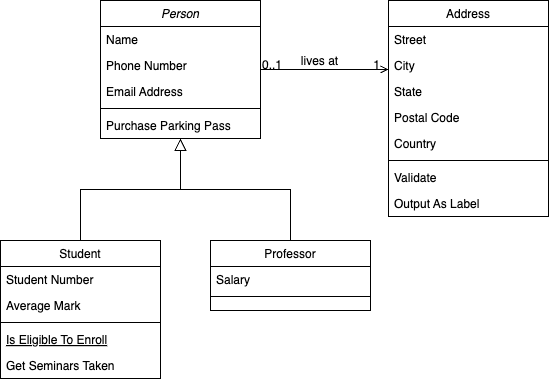
JayongLee/Capstone keeps this draw.io diagram as 의지박약 시스템 설계도.drawio.png. Above is the earlier version. Source tidied: cells renumbered, new cells last; positions are measured from the earlier drawing's top-left corner, leaving out a move shared by most shapes. The source it was exported from:
```xml
<mxGraphModel>
  <root>
    <mxCell id="0" />
    <mxCell id="1" parent="0" />
    <mxCell id="2" value="Person" style="swimlane;fontStyle=2;align=center;verticalAlign=top;horizontal=1;startSize=26;rounded=0;shadow=0;strokeWidth=1;" parent="1" vertex="1">
      <mxGeometry x="100" width="160" height="138" as="geometry" />
    </mxCell>
    <mxCell id="3" value="Name" style="text;align=left;verticalAlign=top;spacingLeft=4;spacingRight=4;overflow=hidden;" parent="2" vertex="1">
      <mxGeometry y="26" width="160" height="26" as="geometry" />
    </mxCell>
    <mxCell id="4" value="Phone Number" style="text;align=left;verticalAlign=top;spacingLeft=4;spacingRight=4;overflow=hidden;rounded=0;shadow=0;html=0;" parent="2" vertex="1">
      <mxGeometry y="52" width="160" height="26" as="geometry" />
    </mxCell>
    <mxCell id="5" value="Email Address" style="text;align=left;verticalAlign=top;spacingLeft=4;spacingRight=4;overflow=hidden;rounded=0;shadow=0;html=0;" parent="2" vertex="1">
      <mxGeometry y="78" width="160" height="26" as="geometry" />
    </mxCell>
    <mxCell id="6" style="line;html=1;strokeWidth=1;align=left;verticalAlign=middle;spacingTop=-1;spacingLeft=3;spacingRight=3;labelPosition=right;" parent="2" vertex="1">
      <mxGeometry y="104" width="160" height="8" as="geometry" />
    </mxCell>
    <mxCell id="7" value="Purchase Parking Pass" style="text;align=left;verticalAlign=top;spacingLeft=4;spacingRight=4;overflow=hidden;" parent="2" vertex="1">
      <mxGeometry y="112" width="160" height="26" as="geometry" />
    </mxCell>
    <mxCell id="8" value="Student" style="swimlane;fontStyle=0;align=center;verticalAlign=top;horizontal=1;startSize=26;rounded=0;shadow=0;strokeWidth=1;" parent="1" vertex="1">
      <mxGeometry y="240" width="160" height="138" as="geometry" />
    </mxCell>
    <mxCell id="9" value="Student Number" style="text;align=left;verticalAlign=top;spacingLeft=4;spacingRight=4;overflow=hidden;" parent="8" vertex="1">
      <mxGeometry y="26" width="160" height="26" as="geometry" />
    </mxCell>
    <mxCell id="10" value="Average Mark" style="text;align=left;verticalAlign=top;spacingLeft=4;spacingRight=4;overflow=hidden;rounded=0;shadow=0;html=0;" parent="8" vertex="1">
      <mxGeometry y="52" width="160" height="26" as="geometry" />
    </mxCell>
    <mxCell id="11" style="line;html=1;strokeWidth=1;align=left;verticalAlign=middle;spacingTop=-1;spacingLeft=3;spacingRight=3;labelPosition=right;" parent="8" vertex="1">
      <mxGeometry y="78" width="160" height="8" as="geometry" />
    </mxCell>
    <mxCell id="12" value="Is Eligible To Enroll" style="text;align=left;verticalAlign=top;spacingLeft=4;spacingRight=4;overflow=hidden;fontStyle=4;" parent="8" vertex="1">
      <mxGeometry y="86" width="160" height="26" as="geometry" />
    </mxCell>
    <mxCell id="13" value="Get Seminars Taken" style="text;align=left;verticalAlign=top;spacingLeft=4;spacingRight=4;overflow=hidden;" parent="8" vertex="1">
      <mxGeometry y="112" width="160" height="26" as="geometry" />
    </mxCell>
    <mxCell id="14" style="endArrow=block;endSize=10;endFill=0;shadow=0;strokeWidth=1;rounded=0;curved=0;edgeStyle=elbowEdgeStyle;elbow=vertical;" parent="1" edge="1" source="8" target="2">
      <mxGeometry relative="1" as="geometry" />
    </mxCell>
    <mxCell id="15" value="Professor" style="swimlane;fontStyle=0;align=center;verticalAlign=top;horizontal=1;startSize=26;rounded=0;shadow=0;strokeWidth=1;" parent="1" vertex="1">
      <mxGeometry x="210" y="240" width="160" height="70" as="geometry" />
    </mxCell>
    <mxCell id="16" value="Salary" style="text;align=left;verticalAlign=top;spacingLeft=4;spacingRight=4;overflow=hidden;" parent="15" vertex="1">
      <mxGeometry y="26" width="160" height="26" as="geometry" />
    </mxCell>
    <mxCell id="17" style="line;html=1;strokeWidth=1;align=left;verticalAlign=middle;spacingTop=-1;spacingLeft=3;spacingRight=3;labelPosition=right;" parent="15" vertex="1">
      <mxGeometry y="52" width="160" height="8" as="geometry" />
    </mxCell>
    <mxCell id="18" style="endArrow=block;endSize=10;endFill=0;shadow=0;strokeWidth=1;rounded=0;curved=0;edgeStyle=elbowEdgeStyle;elbow=vertical;" parent="1" edge="1" source="15" target="2">
      <mxGeometry relative="1" as="geometry" />
    </mxCell>
    <mxCell id="19" value="Address" style="swimlane;fontStyle=0;align=center;verticalAlign=top;horizontal=1;startSize=26;rounded=0;shadow=0;strokeWidth=1;" parent="1" vertex="1">
      <mxGeometry x="388" width="160" height="216" as="geometry" />
    </mxCell>
    <mxCell id="20" value="Street" style="text;align=left;verticalAlign=top;spacingLeft=4;spacingRight=4;overflow=hidden;" parent="19" vertex="1">
      <mxGeometry y="26" width="160" height="26" as="geometry" />
    </mxCell>
    <mxCell id="21" value="City" style="text;align=left;verticalAlign=top;spacingLeft=4;spacingRight=4;overflow=hidden;rounded=0;shadow=0;html=0;" parent="19" vertex="1">
      <mxGeometry y="52" width="160" height="26" as="geometry" />
    </mxCell>
    <mxCell id="22" value="State" style="text;align=left;verticalAlign=top;spacingLeft=4;spacingRight=4;overflow=hidden;rounded=0;shadow=0;html=0;" parent="19" vertex="1">
      <mxGeometry y="78" width="160" height="26" as="geometry" />
    </mxCell>
    <mxCell id="23" value="Postal Code" style="text;align=left;verticalAlign=top;spacingLeft=4;spacingRight=4;overflow=hidden;rounded=0;shadow=0;html=0;" parent="19" vertex="1">
      <mxGeometry y="104" width="160" height="26" as="geometry" />
    </mxCell>
    <mxCell id="24" value="Country" style="text;align=left;verticalAlign=top;spacingLeft=4;spacingRight=4;overflow=hidden;rounded=0;shadow=0;html=0;" parent="19" vertex="1">
      <mxGeometry y="130" width="160" height="26" as="geometry" />
    </mxCell>
    <mxCell id="25" style="line;html=1;strokeWidth=1;align=left;verticalAlign=middle;spacingTop=-1;spacingLeft=3;spacingRight=3;labelPosition=right;" parent="19" vertex="1">
      <mxGeometry y="156" width="160" height="8" as="geometry" />
    </mxCell>
    <mxCell id="26" value="Validate" style="text;align=left;verticalAlign=top;spacingLeft=4;spacingRight=4;overflow=hidden;" parent="19" vertex="1">
      <mxGeometry y="164" width="160" height="26" as="geometry" />
    </mxCell>
    <mxCell id="27" value="Output As Label" style="text;align=left;verticalAlign=top;spacingLeft=4;spacingRight=4;overflow=hidden;" parent="19" vertex="1">
      <mxGeometry y="190" width="160" height="26" as="geometry" />
    </mxCell>
    <mxCell id="28" style="endArrow=open;shadow=0;strokeWidth=1;rounded=0;curved=0;endFill=1;edgeStyle=elbowEdgeStyle;elbow=vertical;" parent="1" edge="1" source="2" target="19">
      <mxGeometry x="0.5" y="41" relative="1" as="geometry">
        <mxPoint x="-40" y="32" as="offset" />
      </mxGeometry>
    </mxCell>
    <mxCell id="29" value="0..1" style="align=left;verticalAlign=bottom;labelBackgroundColor=none;fontSize=12;" parent="28" vertex="1">
      <mxGeometry x="-1" relative="1" as="geometry">
        <mxPoint y="4" as="offset" />
      </mxGeometry>
    </mxCell>
    <mxCell id="30" value="1" style="align=right;verticalAlign=bottom;labelBackgroundColor=none;fontSize=12;" parent="28" vertex="1">
      <mxGeometry x="1" relative="1" as="geometry">
        <mxPoint x="-7" y="4" as="offset" />
      </mxGeometry>
    </mxCell>
    <mxCell id="31" value="lives at" style="text;html=1;align=center;verticalAlign=middle;labelBackgroundColor=none;rounded=0;shadow=0;strokeWidth=1;fontSize=12;" parent="28" vertex="1">
      <mxGeometry x="0.5" y="49" relative="1" as="geometry">
        <mxPoint x="-38" y="40" as="offset" />
      </mxGeometry>
    </mxCell>
  </root>
</mxGraphModel>
```
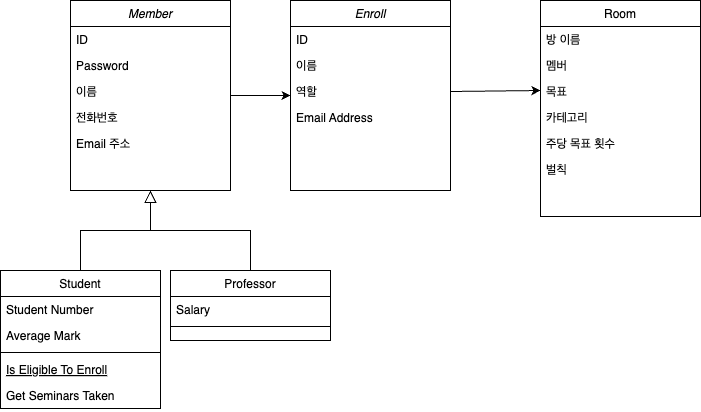
After the change.

Commit message:
의지박약 시스템 설계도.drawio.png 업데이트

Diff of the diagram source:
```diff
@@ -2,26 +2,29 @@
   <root>
     <mxCell id="0" />
     <mxCell id="1" parent="0" />
+    <mxCell id="32" style="edgeStyle=orthogonalEdgeStyle;rounded=0;jettySize=auto;html=1;" parent="1" edge="1" source="2" target="37">
+      <mxGeometry relative="1" as="geometry" />
+    </mxCell>
-    <mxCell id="2" value="Person" style="swimlane;fontStyle=2;align=center;verticalAlign=top;horizontal=1;startSize=26;rounded=0;shadow=0;strokeWidth=1;" parent="1" vertex="1">
-      <mxGeometry x="100" width="160" height="138" as="geometry" />
+    <mxCell id="2" value="Member" style="swimlane;fontStyle=2;align=center;verticalAlign=top;horizontal=1;startSize=26;rounded=0;shadow=0;strokeWidth=1;" parent="1" vertex="1">
+      <mxGeometry x="-20" y="-30" width="160" height="190" as="geometry" />
     </mxCell>
+    <mxCell id="33" value="ID" style="text;align=left;verticalAlign=top;spacingLeft=4;spacingRight=4;overflow=hidden;rounded=0;shadow=0;html=0;" parent="2" vertex="1">
+      <mxGeometry y="26" width="160" height="26" as="geometry" />
+    </mxCell>
+    <mxCell id="34" value="Password" style="text;align=left;verticalAlign=top;spacingLeft=4;spacingRight=4;overflow=hidden;rounded=0;shadow=0;html=0;" parent="2" vertex="1">
+      <mxGeometry y="52" width="160" height="26" as="geometry" />
+    </mxCell>
-    <mxCell id="3" value="Name" style="text;align=left;verticalAlign=top;spacingLeft=4;spacingRight=4;overflow=hidden;" parent="2" vertex="1">
-      <mxGeometry y="26" width="160" height="26" as="geometry" />
+    <mxCell id="3" value="이름" style="text;align=left;verticalAlign=top;spacingLeft=4;spacingRight=4;overflow=hidden;" parent="2" vertex="1">
+      <mxGeometry y="78" width="160" height="26" as="geometry" />
     </mxCell>
-    <mxCell id="4" value="Phone Number" style="text;align=left;verticalAlign=top;spacingLeft=4;spacingRight=4;overflow=hidden;rounded=0;shadow=0;html=0;" parent="2" vertex="1">
-      <mxGeometry y="52" width="160" height="26" as="geometry" />
+    <mxCell id="4" value="전화번호" style="text;align=left;verticalAlign=top;spacingLeft=4;spacingRight=4;overflow=hidden;rounded=0;shadow=0;html=0;" parent="2" vertex="1">
+      <mxGeometry y="104" width="160" height="26" as="geometry" />
     </mxCell>
-    <mxCell id="5" value="Email Address" style="text;align=left;verticalAlign=top;spacingLeft=4;spacingRight=4;overflow=hidden;rounded=0;shadow=0;html=0;" parent="2" vertex="1">
-      <mxGeometry y="78" width="160" height="26" as="geometry" />
+    <mxCell id="5" value="Email 주소" style="text;align=left;verticalAlign=top;spacingLeft=4;spacingRight=4;overflow=hidden;rounded=0;shadow=0;html=0;" parent="2" vertex="1">
+      <mxGeometry y="130" width="160" height="26" as="geometry" />
     </mxCell>
-    <mxCell id="6" style="line;html=1;strokeWidth=1;align=left;verticalAlign=middle;spacingTop=-1;spacingLeft=3;spacingRight=3;labelPosition=right;" parent="2" vertex="1">
-      <mxGeometry y="104" width="160" height="8" as="geometry" />
-    </mxCell>
-    <mxCell id="7" value="Purchase Parking Pass" style="text;align=left;verticalAlign=top;spacingLeft=4;spacingRight=4;overflow=hidden;" parent="2" vertex="1">
-      <mxGeometry y="112" width="160" height="26" as="geometry" />
-    </mxCell>
     <mxCell id="8" value="Student" style="swimlane;fontStyle=0;align=center;verticalAlign=top;horizontal=1;startSize=26;rounded=0;shadow=0;strokeWidth=1;" parent="1" vertex="1">
-      <mxGeometry y="240" width="160" height="138" as="geometry" />
+      <mxGeometry x="-90" y="240" width="160" height="138" as="geometry" />
     </mxCell>
     <mxCell id="9" value="Student Number" style="text;align=left;verticalAlign=top;spacingLeft=4;spacingRight=4;overflow=hidden;" parent="8" vertex="1">
       <mxGeometry y="26" width="160" height="26" as="geometry" />
@@ -42,7 +45,7 @@
       <mxGeometry relative="1" as="geometry" />
     </mxCell>
     <mxCell id="15" value="Professor" style="swimlane;fontStyle=0;align=center;verticalAlign=top;horizontal=1;startSize=26;rounded=0;shadow=0;strokeWidth=1;" parent="1" vertex="1">
-      <mxGeometry x="210" y="240" width="160" height="70" as="geometry" />
+      <mxGeometry x="80" y="240" width="160" height="70" as="geometry" />
     </mxCell>
     <mxCell id="16" value="Salary" style="text;align=left;verticalAlign=top;spacingLeft=4;spacingRight=4;overflow=hidden;" parent="15" vertex="1">
       <mxGeometry y="26" width="160" height="26" as="geometry" />
@@ -53,52 +56,49 @@
     <mxCell id="18" style="endArrow=block;endSize=10;endFill=0;shadow=0;strokeWidth=1;rounded=0;curved=0;edgeStyle=elbowEdgeStyle;elbow=vertical;" parent="1" edge="1" source="15" target="2">
       <mxGeometry relative="1" as="geometry" />
     </mxCell>
-    <mxCell id="19" value="Address" style="swimlane;fontStyle=0;align=center;verticalAlign=top;horizontal=1;startSize=26;rounded=0;shadow=0;strokeWidth=1;" parent="1" vertex="1">
-      <mxGeometry x="388" width="160" height="216" as="geometry" />
+    <mxCell id="19" value="Room" style="swimlane;fontStyle=0;align=center;verticalAlign=top;horizontal=1;startSize=26;rounded=0;shadow=0;strokeWidth=1;" parent="1" vertex="1">
+      <mxGeometry x="450" y="-30" width="160" height="216" as="geometry" />
     </mxCell>
+    <mxCell id="35" value="방 이름" style="text;align=left;verticalAlign=top;spacingLeft=4;spacingRight=4;overflow=hidden;rounded=0;shadow=0;html=0;" parent="19" vertex="1">
+      <mxGeometry y="26" width="160" height="26" as="geometry" />
+    </mxCell>
-    <mxCell id="20" value="Street" style="text;align=left;verticalAlign=top;spacingLeft=4;spacingRight=4;overflow=hidden;" parent="19" vertex="1">
-      <mxGeometry y="26" width="160" height="26" as="geometry" />
+    <mxCell id="20" value="멤버" style="text;align=left;verticalAlign=top;spacingLeft=4;spacingRight=4;overflow=hidden;" parent="19" vertex="1">
+      <mxGeometry y="52" width="160" height="26" as="geometry" />
     </mxCell>
-    <mxCell id="21" value="City" style="text;align=left;verticalAlign=top;spacingLeft=4;spacingRight=4;overflow=hidden;rounded=0;shadow=0;html=0;" parent="19" vertex="1">
-      <mxGeometry y="52" width="160" height="26" as="geometry" />
+    <mxCell id="21" value="목표" style="text;align=left;verticalAlign=top;spacingLeft=4;spacingRight=4;overflow=hidden;rounded=0;shadow=0;html=0;" parent="19" vertex="1">
+      <mxGeometry y="78" width="160" height="26" as="geometry" />
     </mxCell>
-    <mxCell id="22" value="State" style="text;align=left;verticalAlign=top;spacingLeft=4;spacingRight=4;overflow=hidden;rounded=0;shadow=0;html=0;" parent="19" vertex="1">
-      <mxGeometry y="78" width="160" height="26" as="geometry" />
+    <mxCell id="22" value="카테고리" style="text;align=left;verticalAlign=top;spacingLeft=4;spacingRight=4;overflow=hidden;rounded=0;shadow=0;html=0;" parent="19" vertex="1">
+      <mxGeometry y="104" width="160" height="26" as="geometry" />
     </mxCell>
-    <mxCell id="23" value="Postal Code" style="text;align=left;verticalAlign=top;spacingLeft=4;spacingRight=4;overflow=hidden;rounded=0;shadow=0;html=0;" parent="19" vertex="1">
-      <mxGeometry y="104" width="160" height="26" as="geometry" />
+    <mxCell id="23" value="주당 목표 횟수" style="text;align=left;verticalAlign=top;spacingLeft=4;spacingRight=4;overflow=hidden;rounded=0;shadow=0;html=0;" parent="19" vertex="1">
+      <mxGeometry y="130" width="160" height="26" as="geometry" />
     </mxCell>
-    <mxCell id="24" value="Country" style="text;align=left;verticalAlign=top;spacingLeft=4;spacingRight=4;overflow=hidden;rounded=0;shadow=0;html=0;" parent="19" vertex="1">
-      <mxGeometry y="130" width="160" height="26" as="geometry" />
-    </mxCell>
-    <mxCell id="25" style="line;html=1;strokeWidth=1;align=left;verticalAlign=middle;spacingTop=-1;spacingLeft=3;spacingRight=3;labelPosition=right;" parent="19" vertex="1">
-      <mxGeometry y="156" width="160" height="8" as="geometry" />
-    </mxCell>
-    <mxCell id="26" value="Validate" style="text;align=left;verticalAlign=top;spacingLeft=4;spacingRight=4;overflow=hidden;" parent="19" vertex="1">
-      <mxGeometry y="164" width="160" height="26" as="geometry" />
-    </mxCell>
-    <mxCell id="27" value="Output As Label" style="text;align=left;verticalAlign=top;spacingLeft=4;spacingRight=4;overflow=hidden;" parent="19" vertex="1">
-      <mxGeometry y="190" width="160" height="26" as="geometry" />
-    </mxCell>
-    <mxCell id="28" style="endArrow=open;shadow=0;strokeWidth=1;rounded=0;curved=0;endFill=1;edgeStyle=elbowEdgeStyle;elbow=vertical;" parent="1" edge="1" source="2" target="19">
-      <mxGeometry x="0.5" y="41" relative="1" as="geometry">
-        <mxPoint x="-40" y="32" as="offset" />
-      </mxGeometry>
-    </mxCell>
-    <mxCell id="29" value="0..1" style="align=left;verticalAlign=bottom;labelBackgroundColor=none;fontSize=12;" parent="28" vertex="1">
-      <mxGeometry x="-1" relative="1" as="geometry">
-        <mxPoint y="4" as="offset" />
-      </mxGeometry>
-    </mxCell>
-    <mxCell id="30" value="1" style="align=right;verticalAlign=bottom;labelBackgroundColor=none;fontSize=12;" parent="28" vertex="1">
-      <mxGeometry x="1" relative="1" as="geometry">
-        <mxPoint x="-7" y="4" as="offset" />
-      </mxGeometry>
-    </mxCell>
-    <mxCell id="31" value="lives at" style="text;html=1;align=center;verticalAlign=middle;labelBackgroundColor=none;rounded=0;shadow=0;strokeWidth=1;fontSize=12;" parent="28" vertex="1">
-      <mxGeometry x="0.5" y="49" relative="1" as="geometry">
-        <mxPoint x="-38" y="40" as="offset" />
-      </mxGeometry>
-    </mxCell>
+    <mxCell id="36" value="벌칙" style="text;align=left;verticalAlign=top;spacingLeft=4;spacingRight=4;overflow=hidden;rounded=0;shadow=0;html=0;" parent="19" vertex="1">
+      <mxGeometry y="156" width="160" height="26" as="geometry" />
+    </mxCell>
+    <mxCell id="37" value="Enroll" style="swimlane;fontStyle=2;align=center;verticalAlign=top;horizontal=1;startSize=26;rounded=0;shadow=0;strokeWidth=1;" parent="1" vertex="1">
+      <mxGeometry x="200" y="-30" width="160" height="190" as="geometry" />
+    </mxCell>
+    <mxCell id="38" value="ID" style="text;align=left;verticalAlign=top;spacingLeft=4;spacingRight=4;overflow=hidden;rounded=0;shadow=0;html=0;" parent="37" vertex="1">
+      <mxGeometry y="26" width="160" height="26" as="geometry" />
+    </mxCell>
+    <mxCell id="39" value="이름" style="text;align=left;verticalAlign=top;spacingLeft=4;spacingRight=4;overflow=hidden;rounded=0;shadow=0;html=0;" parent="37" vertex="1">
+      <mxGeometry y="52" width="160" height="26" as="geometry" />
+    </mxCell>
+    <mxCell id="40" value="역할" style="text;align=left;verticalAlign=top;spacingLeft=4;spacingRight=4;overflow=hidden;points=[[0,0.5],[1,0.5]];portConstraint=eastwest;" parent="37" vertex="1">
+      <mxGeometry y="78" width="160" height="26" as="geometry" />
+    </mxCell>
+    <mxCell id="41" value="Email Address" style="text;align=left;verticalAlign=top;spacingLeft=4;spacingRight=4;overflow=hidden;rounded=0;shadow=0;html=0;" parent="37" vertex="1">
+      <mxGeometry y="104" width="160" height="26" as="geometry" />
+    </mxCell>
+    <mxCell id="42" style="edgeStyle=orthogonalEdgeStyle;rounded=0;jettySize=auto;html=1;exitX=1;exitY=0.5;exitDx=0;exitDy=0;" parent="1" edge="1" source="40">
+      <mxGeometry relative="1" as="geometry">
+        <mxPoint x="450" y="60" as="targetPoint" />
+        <Array as="points">
+          <mxPoint x="450" y="61" />
+        </Array>
+      </mxGeometry>
+    </mxCell>
   </root>
 </mxGraphModel>
```
